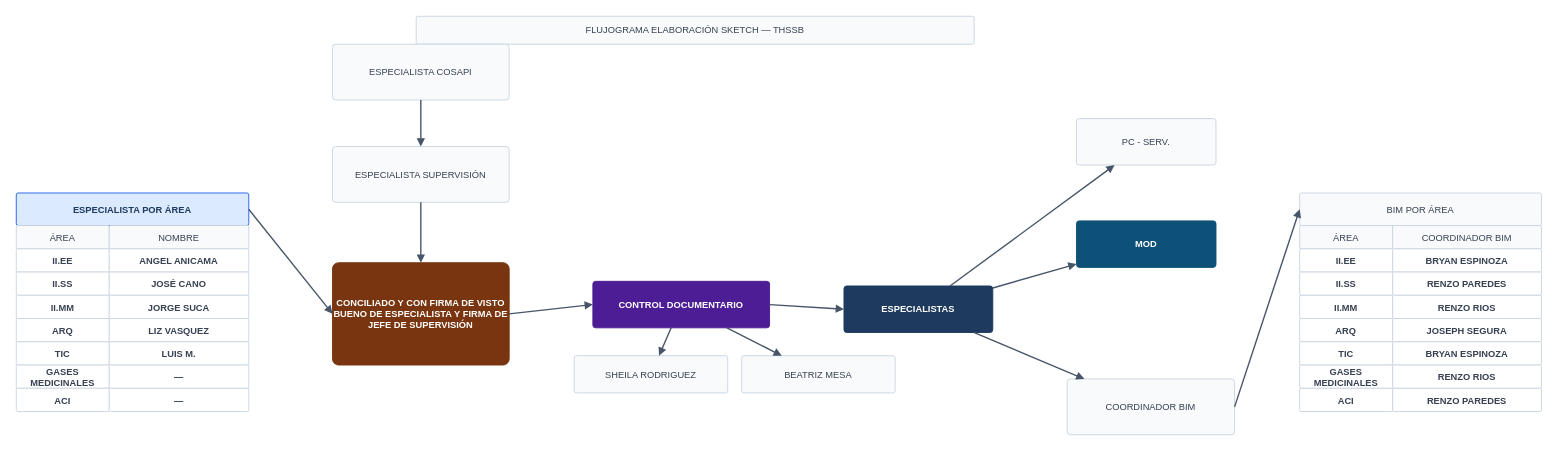
This is flujogramas_v2/FS_Llata_02.drawio from ehchavezm-hub/15-otazangaro, a draw.io file, before an edit. Source tidied: cells renumbered, new cells numbered last; positions are measured from the earlier drawing's top-left corner, leaving out a move shared by most shapes. Both pictures are drawn from the tidied source at 93%, with x=0, y=0 at pixel (16, 16).
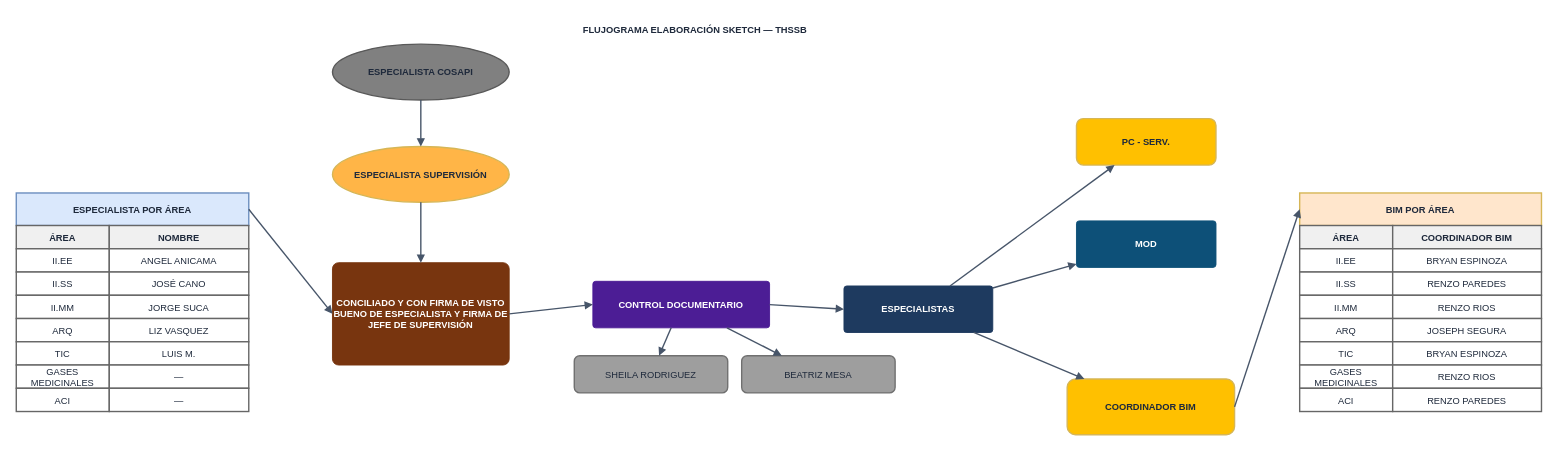
After the change.

Diff of the diagram source:
```diff
@@
-    <mxCell id="2" value="FLUJOGRAMA ELABORACIÓN SKETCH — THSSB" style="rounded=1;arcSize=6;whiteSpace=wrap;html=1;fontFamily=Helvetica;fontSize=10;fontStyle=0;fillColor=#F8FAFC;strokeColor=#CBD5E1;fontColor=#374151;" parent="1" vertex="1">
+    <mxCell id="2" value="FLUJOGRAMA ELABORACIÓN SKETCH — THSSB" style="text;html=1;strokeColor=none;fillColor=none;align=center;verticalAlign=middle;whiteSpace=wrap;rounded=0;fontSize=10;fontStyle=1;strokeWidth=1.5;fontFamily=Helvetica;fontColor=#1E293B;" parent="1" vertex="1">
       <mxGeometry x="430" width="600" height="30" as="geometry" />
     </mxCell>
-    <mxCell id="3" value="ESPECIALISTA POR ÁREA" style="rounded=1;arcSize=6;whiteSpace=wrap;html=1;fontFamily=Helvetica;fontSize=10;fontStyle=1;fillColor=#DBEAFE;strokeColor=#2563EB;fontColor=#1E3A5F;" parent="1" vertex="1">
+    <mxCell id="3" value="ESPECIALISTA POR ÁREA" style="rounded=0;whiteSpace=wrap;html=1;fillColor=#dae8fc;strokeColor=#6c8ebf;fontStyle=1;fontSize=10;align=center;strokeWidth=1.5;fontFamily=Helvetica;fontColor=#1E293B;" parent="1" vertex="1">
       <mxGeometry y="190" width="250" height="35" as="geometry" />
     </mxCell>
-    <mxCell id="4" value="ÁREA" style="rounded=1;arcSize=6;whiteSpace=wrap;html=1;fontFamily=Helvetica;fontSize=10;fontStyle=0;fillColor=#F8FAFC;strokeColor=#CBD5E1;fontColor=#374151;" parent="1" vertex="1">
+    <mxCell id="4" value="ÁREA" style="rounded=0;whiteSpace=wrap;html=1;fillColor=#f0f0f0;strokeColor=#666666;fontColor=#1E293B;fontSize=10;fontStyle=1;strokeWidth=1.5;fontFamily=Helvetica;" parent="1" vertex="1">
       <mxGeometry y="225" width="100" height="25" as="geometry" />
     </mxCell>
-    <mxCell id="5" value="NOMBRE" style="rounded=1;arcSize=6;whiteSpace=wrap;html=1;fontFamily=Helvetica;fontSize=10;fontStyle=0;fillColor=#F8FAFC;strokeColor=#CBD5E1;fontColor=#374151;" parent="1" vertex="1">
+    <mxCell id="5" value="NOMBRE" style="rounded=0;whiteSpace=wrap;html=1;fillColor=#f0f0f0;strokeColor=#666666;fontColor=#1E293B;fontSize=10;fontStyle=1;strokeWidth=1.5;fontFamily=Helvetica;" parent="1" vertex="1">
       <mxGeometry x="100" y="225" width="150" height="25" as="geometry" />
     </mxCell>
-    <mxCell id="6" value="II.EE" style="rounded=1;arcSize=6;whiteSpace=wrap;html=1;fontFamily=Helvetica;fontSize=10;fontStyle=1;fillColor=#FFFFFF;strokeColor=#CBD5E1;fontColor=#374151;" parent="1" vertex="1">
+    <mxCell id="6" value="II.EE" style="rounded=0;whiteSpace=wrap;html=1;fillColor=#ffffff;strokeColor=#666666;fontColor=#1E293B;fontSize=10;strokeWidth=1.5;fontFamily=Helvetica;" parent="1" vertex="1">
       <mxGeometry y="250" width="100" height="25" as="geometry" />
     </mxCell>
-    <mxCell id="7" value="ANGEL ANICAMA" style="rounded=1;arcSize=6;whiteSpace=wrap;html=1;fontFamily=Helvetica;fontSize=10;fontStyle=1;fillColor=#FFFFFF;strokeColor=#CBD5E1;fontColor=#374151;" parent="1" vertex="1">
+    <mxCell id="7" value="ANGEL ANICAMA" style="rounded=0;whiteSpace=wrap;html=1;fillColor=#ffffff;strokeColor=#666666;fontColor=#1E293B;fontSize=10;strokeWidth=1.5;fontFamily=Helvetica;" parent="1" vertex="1">
       <mxGeometry x="100" y="250" width="150" height="25" as="geometry" />
     </mxCell>
-    <mxCell id="8" value="II.SS" style="rounded=1;arcSize=6;whiteSpace=wrap;html=1;fontFamily=Helvetica;fontSize=10;fontStyle=1;fillColor=#FFFFFF;strokeColor=#CBD5E1;fontColor=#374151;" parent="1" vertex="1">
+    <mxCell id="8" value="II.SS" style="rounded=0;whiteSpace=wrap;html=1;fillColor=#ffffff;strokeColor=#666666;fontColor=#1E293B;fontSize=10;strokeWidth=1.5;fontFamily=Helvetica;" parent="1" vertex="1">
       <mxGeometry y="275" width="100" height="25" as="geometry" />
     </mxCell>
-    <mxCell id="9" value="JOSÉ CANO" style="rounded=1;arcSize=6;whiteSpace=wrap;html=1;fontFamily=Helvetica;fontSize=10;fontStyle=1;fillColor=#FFFFFF;strokeColor=#CBD5E1;fontColor=#374151;" parent="1" vertex="1">
+    <mxCell id="9" value="JOSÉ CANO" style="rounded=0;whiteSpace=wrap;html=1;fillColor=#ffffff;strokeColor=#666666;fontColor=#1E293B;fontSize=10;strokeWidth=1.5;fontFamily=Helvetica;" parent="1" vertex="1">
       <mxGeometry x="100" y="275" width="150" height="25" as="geometry" />
     </mxCell>
-    <mxCell id="10" value="II.MM" style="rounded=1;arcSize=6;whiteSpace=wrap;html=1;fontFamily=Helvetica;fontSize=10;fontStyle=1;fillColor=#FFFFFF;strokeColor=#CBD5E1;fontColor=#374151;" parent="1" vertex="1">
+    <mxCell id="10" value="II.MM" style="rounded=0;whiteSpace=wrap;html=1;fillColor=#ffffff;strokeColor=#666666;fontColor=#1E293B;fontSize=10;strokeWidth=1.5;fontFamily=Helvetica;" parent="1" vertex="1">
       <mxGeometry y="300" width="100" height="25" as="geometry" />
     </mxCell>
-    <mxCell id="11" value="JORGE SUCA" style="rounded=1;arcSize=6;whiteSpace=wrap;html=1;fontFamily=Helvetica;fontSize=10;fontStyle=1;fillColor=#FFFFFF;strokeColor=#CBD5E1;fontColor=#374151;" parent="1" vertex="1">
+    <mxCell id="11" value="JORGE SUCA" style="rounded=0;whiteSpace=wrap;html=1;fillColor=#ffffff;strokeColor=#666666;fontColor=#1E293B;fontSize=10;strokeWidth=1.5;fontFamily=Helvetica;" parent="1" vertex="1">
       <mxGeometry x="100" y="300" width="150" height="25" as="geometry" />
     </mxCell>
-    <mxCell id="12" value="ARQ" style="rounded=1;arcSize=6;whiteSpace=wrap;html=1;fontFamily=Helvetica;fontSize=10;fontStyle=1;fillColor=#FFFFFF;strokeColor=#CBD5E1;fontColor=#374151;" parent="1" vertex="1">
+    <mxCell id="12" value="ARQ" style="rounded=0;whiteSpace=wrap;html=1;fillColor=#ffffff;strokeColor=#666666;fontColor=#1E293B;fontSize=10;strokeWidth=1.5;fontFamily=Helvetica;" parent="1" vertex="1">
       <mxGeometry y="325" width="100" height="25" as="geometry" />
     </mxCell>
-    <mxCell id="13" value="LIZ VASQUEZ" style="rounded=1;arcSize=6;whiteSpace=wrap;html=1;fontFamily=Helvetica;fontSize=10;fontStyle=1;fillColor=#FFFFFF;strokeColor=#CBD5E1;fontColor=#374151;" parent="1" vertex="1">
+    <mxCell id="13" value="LIZ VASQUEZ" style="rounded=0;whiteSpace=wrap;html=1;fillColor=#ffffff;strokeColor=#666666;fontColor=#1E293B;fontSize=10;strokeWidth=1.5;fontFamily=Helvetica;" parent="1" vertex="1">
       <mxGeometry x="100" y="325" width="150" height="25" as="geometry" />
     </mxCell>
-    <mxCell id="14" value="TIC" style="rounded=1;arcSize=6;whiteSpace=wrap;html=1;fontFamily=Helvetica;fontSize=10;fontStyle=1;fillColor=#FFFFFF;strokeColor=#CBD5E1;fontColor=#374151;" parent="1" vertex="1">
+    <mxCell id="14" value="TIC" style="rounded=0;whiteSpace=wrap;html=1;fillColor=#ffffff;strokeColor=#666666;fontColor=#1E293B;fontSize=10;strokeWidth=1.5;fontFamily=Helvetica;" parent="1" vertex="1">
       <mxGeometry y="350" width="100" height="25" as="geometry" />
     </mxCell>
-    <mxCell id="15" value="LUIS M." style="rounded=1;arcSize=6;whiteSpace=wrap;html=1;fontFamily=Helvetica;fontSize=10;fontStyle=1;fillColor=#FFFFFF;strokeColor=#CBD5E1;fontColor=#374151;" parent="1" vertex="1">
+    <mxCell id="15" value="LUIS M." style="rounded=0;whiteSpace=wrap;html=1;fillColor=#ffffff;strokeColor=#666666;fontColor=#1E293B;fontSize=10;strokeWidth=1.5;fontFamily=Helvetica;" parent="1" vertex="1">
       <mxGeometry x="100" y="350" width="150" height="25" as="geometry" />
     </mxCell>
-    <mxCell id="16" value="GASES MEDICINALES" style="rounded=1;arcSize=6;whiteSpace=wrap;html=1;fontFamily=Helvetica;fontSize=10;fontStyle=1;fillColor=#FFFFFF;strokeColor=#CBD5E1;fontColor=#374151;" parent="1" vertex="1">
+    <mxCell id="16" value="GASES MEDICINALES" style="rounded=0;whiteSpace=wrap;html=1;fillColor=#ffffff;strokeColor=#666666;fontColor=#1E293B;fontSize=10;strokeWidth=1.5;fontFamily=Helvetica;" parent="1" vertex="1">
       <mxGeometry y="375" width="100" height="25" as="geometry" />
     </mxCell>
-    <mxCell id="17" value="—" style="rounded=1;arcSize=6;whiteSpace=wrap;html=1;fontFamily=Helvetica;fontSize=10;fontStyle=1;fillColor=#FFFFFF;strokeColor=#CBD5E1;fontColor=#374151;" parent="1" vertex="1">
+    <mxCell id="17" value="—" style="rounded=0;whiteSpace=wrap;html=1;fillColor=#ffffff;strokeColor=#666666;fontColor=#1E293B;fontSize=10;strokeWidth=1.5;fontFamily=Helvetica;" parent="1" vertex="1">
       <mxGeometry x="100" y="375" width="150" height="25" as="geometry" />
     </mxCell>
-    <mxCell id="18" value="ACI" style="rounded=1;arcSize=6;whiteSpace=wrap;html=1;fontFamily=Helvetica;fontSize=10;fontStyle=1;fillColor=#FFFFFF;strokeColor=#CBD5E1;fontColor=#374151;" parent="1" vertex="1">
+    <mxCell id="18" value="ACI" style="rounded=0;whiteSpace=wrap;html=1;fillColor=#ffffff;strokeColor=#666666;fontColor=#1E293B;fontSize=10;strokeWidth=1.5;fontFamily=Helvetica;" parent="1" vertex="1">
       <mxGeometry y="400" width="100" height="25" as="geometry" />
     </mxCell>
-    <mxCell id="19" value="—" style="rounded=1;arcSize=6;whiteSpace=wrap;html=1;fontFamily=Helvetica;fontSize=10;fontStyle=1;fillColor=#FFFFFF;strokeColor=#CBD5E1;fontColor=#374151;" parent="1" vertex="1">
+    <mxCell id="19" value="—" style="rounded=0;whiteSpace=wrap;html=1;fillColor=#ffffff;strokeColor=#666666;fontColor=#1E293B;fontSize=10;strokeWidth=1.5;fontFamily=Helvetica;" parent="1" vertex="1">
       <mxGeometry x="100" y="400" width="150" height="25" as="geometry" />
     </mxCell>
-    <mxCell id="20" value="ESPECIALISTA COSAPI" style="rounded=1;arcSize=6;whiteSpace=wrap;html=1;fontFamily=Helvetica;fontSize=10;fontStyle=0;fillColor=#F8FAFC;strokeColor=#CBD5E1;fontColor=#374151;" parent="1" vertex="1">
+    <mxCell id="20" value="ESPECIALISTA COSAPI" style="ellipse;whiteSpace=wrap;html=1;fillColor=#808080;strokeColor=#595959;fontColor=#1E293B;fontSize=10;fontStyle=1;strokeWidth=1.5;fontFamily=Helvetica;" parent="1" vertex="1">
       <mxGeometry x="340" y="30" width="190" height="60" as="geometry" />
     </mxCell>
-    <mxCell id="21" value="ESPECIALISTA SUPERVISIÓN" style="rounded=1;arcSize=6;whiteSpace=wrap;html=1;fontFamily=Helvetica;fontSize=10;fontStyle=0;fillColor=#F8FAFC;strokeColor=#CBD5E1;fontColor=#374151;" parent="1" vertex="1">
+    <mxCell id="21" value="ESPECIALISTA SUPERVISIÓN" style="ellipse;whiteSpace=wrap;html=1;fillColor=#FFB547;strokeColor=#d6b656;fontColor=#1E293B;fontSize=10;fontStyle=1;strokeWidth=1.5;fontFamily=Helvetica;" parent="1" vertex="1">
       <mxGeometry x="340" y="140" width="190" height="60" as="geometry" />
     </mxCell>
@@
-    <mxCell id="24" value="SHEILA RODRIGUEZ" style="rounded=1;arcSize=6;whiteSpace=wrap;html=1;fontFamily=Helvetica;fontSize=10;fontStyle=0;fillColor=#F8FAFC;strokeColor=#CBD5E1;fontColor=#374151;" parent="1" vertex="1">
+    <mxCell id="24" value="SHEILA RODRIGUEZ" style="rounded=1;whiteSpace=wrap;html=1;fillColor=#9E9E9E;strokeColor=#707070;fontColor=#1E293B;fontSize=10;strokeWidth=1.5;fontFamily=Helvetica;" parent="1" vertex="1">
       <mxGeometry x="600" y="365" width="165" height="40" as="geometry" />
     </mxCell>
-    <mxCell id="25" value="BEATRIZ MESA" style="rounded=1;arcSize=6;whiteSpace=wrap;html=1;fontFamily=Helvetica;fontSize=10;fontStyle=0;fillColor=#F8FAFC;strokeColor=#CBD5E1;fontColor=#374151;" parent="1" vertex="1">
+    <mxCell id="25" value="BEATRIZ MESA" style="rounded=1;whiteSpace=wrap;html=1;fillColor=#9E9E9E;strokeColor=#707070;fontColor=#1E293B;fontSize=10;strokeWidth=1.5;fontFamily=Helvetica;" parent="1" vertex="1">
       <mxGeometry x="780" y="365" width="165" height="40" as="geometry" />
     </mxCell>
@@
-    <mxCell id="27" value="PC - SERV." style="rounded=1;arcSize=6;whiteSpace=wrap;html=1;fontFamily=Helvetica;fontSize=10;fontStyle=0;fillColor=#F8FAFC;strokeColor=#CBD5E1;fontColor=#374151;" parent="1" vertex="1">
+    <mxCell id="27" value="PC - SERV." style="rounded=1;whiteSpace=wrap;html=1;fillColor=#FFC000;strokeColor=#d6b656;fontColor=#1E293B;fontSize=10;fontStyle=1;strokeWidth=1.5;fontFamily=Helvetica;" parent="1" vertex="1">
       <mxGeometry x="1140" y="110" width="150" height="50" as="geometry" />
     </mxCell>
@@
-    <mxCell id="29" value="COORDINADOR BIM" style="rounded=1;arcSize=6;whiteSpace=wrap;html=1;fontFamily=Helvetica;fontSize=10;fontStyle=0;fillColor=#F8FAFC;strokeColor=#CBD5E1;fontColor=#374151;" parent="1" vertex="1">
+    <mxCell id="29" value="COORDINADOR BIM" style="rounded=1;whiteSpace=wrap;html=1;fillColor=#FFC000;strokeColor=#d6b656;fontColor=#1E293B;fontSize=10;fontStyle=1;strokeWidth=1.5;fontFamily=Helvetica;" parent="1" vertex="1">
       <mxGeometry x="1130" y="390" width="180" height="60" as="geometry" />
     </mxCell>
-    <mxCell id="30" value="BIM POR ÁREA" style="rounded=1;arcSize=6;whiteSpace=wrap;html=1;fontFamily=Helvetica;fontSize=10;fontStyle=0;fillColor=#F8FAFC;strokeColor=#CBD5E1;fontColor=#374151;" parent="1" vertex="1">
+    <mxCell id="30" value="BIM POR ÁREA" style="rounded=0;whiteSpace=wrap;html=1;fillColor=#ffe6cc;strokeColor=#d6b656;fontStyle=1;fontSize=10;align=center;strokeWidth=1.5;fontFamily=Helvetica;fontColor=#1E293B;" parent="1" vertex="1">
       <mxGeometry x="1380" y="190" width="260" height="35" as="geometry" />
     </mxCell>
-    <mxCell id="31" value="ÁREA" style="rounded=1;arcSize=6;whiteSpace=wrap;html=1;fontFamily=Helvetica;fontSize=10;fontStyle=0;fillColor=#F8FAFC;strokeColor=#CBD5E1;fontColor=#374151;" parent="1" vertex="1">
+    <mxCell id="31" value="ÁREA" style="rounded=0;whiteSpace=wrap;html=1;fillColor=#f0f0f0;strokeColor=#666666;fontColor=#1E293B;fontSize=10;fontStyle=1;strokeWidth=1.5;fontFamily=Helvetica;" parent="1" vertex="1">
       <mxGeometry x="1380" y="225" width="100" height="25" as="geometry" />
     </mxCell>
-    <mxCell id="32" value="COORDINADOR BIM" style="rounded=1;arcSize=6;whiteSpace=wrap;html=1;fontFamily=Helvetica;fontSize=10;fontStyle=0;fillColor=#F8FAFC;strokeColor=#CBD5E1;fontColor=#374151;" parent="1" vertex="1">
+    <mxCell id="32" value="COORDINADOR BIM" style="rounded=0;whiteSpace=wrap;html=1;fillColor=#f0f0f0;strokeColor=#666666;fontColor=#1E293B;fontSize=10;fontStyle=1;strokeWidth=1.5;fontFamily=Helvetica;" parent="1" vertex="1">
       <mxGeometry x="1480" y="225" width="160" height="25" as="geometry" />
     </mxCell>
-    <mxCell id="33" value="II.EE" style="rounded=1;arcSize=6;whiteSpace=wrap;html=1;fontFamily=Helvetica;fontSize=10;fontStyle=1;fillColor=#FFFFFF;strokeColor=#CBD5E1;fontColor=#374151;" parent="1" vertex="1">
+    <mxCell id="33" value="II.EE" style="rounded=0;whiteSpace=wrap;html=1;fillColor=#ffffff;strokeColor=#666666;fontColor=#1E293B;fontSize=10;strokeWidth=1.5;fontFamily=Helvetica;" parent="1" vertex="1">
       <mxGeometry x="1380" y="250" width="100" height="25" as="geometry" />
     </mxCell>
-    <mxCell id="34" value="BRYAN ESPINOZA" style="rounded=1;arcSize=6;whiteSpace=wrap;html=1;fontFamily=Helvetica;fontSize=10;fontStyle=1;fillColor=#FFFFFF;strokeColor=#CBD5E1;fontColor=#374151;" parent="1" vertex="1">
+    <mxCell id="34" value="BRYAN ESPINOZA" style="rounded=0;whiteSpace=wrap;html=1;fillColor=#ffffff;strokeColor=#666666;fontColor=#1E293B;fontSize=10;strokeWidth=1.5;fontFamily=Helvetica;" parent="1" vertex="1">
       <mxGeometry x="1480" y="250" width="160" height="25" as="geometry" />
     </mxCell>
-    <mxCell id="35" value="II.SS" style="rounded=1;arcSize=6;whiteSpace=wrap;html=1;fontFamily=Helvetica;fontSize=10;fontStyle=1;fillColor=#FFFFFF;strokeColor=#CBD5E1;fontColor=#374151;" parent="1" vertex="1">
+    <mxCell id="35" value="II.SS" style="rounded=0;whiteSpace=wrap;html=1;fillColor=#ffffff;strokeColor=#666666;fontColor=#1E293B;fontSize=10;strokeWidth=1.5;fontFamily=Helvetica;" parent="1" vertex="1">
       <mxGeometry x="1380" y="275" width="100" height="25" as="geometry" />
     </mxCell>
-    <mxCell id="36" value="RENZO PAREDES" style="rounded=1;arcSize=6;whiteSpace=wrap;html=1;fontFamily=Helvetica;fontSize=10;fontStyle=1;fillColor=#FFFFFF;strokeColor=#CBD5E1;fontColor=#374151;" parent="1" vertex="1">
+    <mxCell id="36" value="RENZO PAREDES" style="rounded=0;whiteSpace=wrap;html=1;fillColor=#ffffff;strokeColor=#666666;fontColor=#1E293B;fontSize=10;strokeWidth=1.5;fontFamily=Helvetica;" parent="1" vertex="1">
       <mxGeometry x="1480" y="275" width="160" height="25" as="geometry" />
     </mxCell>
-    <mxCell id="37" value="II.MM" style="rounded=1;arcSize=6;whiteSpace=wrap;html=1;fontFamily=Helvetica;fontSize=10;fontStyle=1;fillColor=#FFFFFF;strokeColor=#CBD5E1;fontColor=#374151;" parent="1" vertex="1">
+    <mxCell id="37" value="II.MM" style="rounded=0;whiteSpace=wrap;html=1;fillColor=#ffffff;strokeColor=#666666;fontColor=#1E293B;fontSize=10;strokeWidth=1.5;fontFamily=Helvetica;" parent="1" vertex="1">
       <mxGeometry x="1380" y="300" width="100" height="25" as="geometry" />
     </mxCell>
-    <mxCell id="38" value="RENZO RIOS" style="rounded=1;arcSize=6;whiteSpace=wrap;html=1;fontFamily=Helvetica;fontSize=10;fontStyle=1;fillColor=#FFFFFF;strokeColor=#CBD5E1;fontColor=#374151;" parent="1" vertex="1">
+    <mxCell id="38" value="RENZO RIOS" style="rounded=0;whiteSpace=wrap;html=1;fillColor=#ffffff;strokeColor=#666666;fontColor=#1E293B;fontSize=10;strokeWidth=1.5;fontFamily=Helvetica;" parent="1" vertex="1">
       <mxGeometry x="1480" y="300" width="160" height="25" as="geometry" />
     </mxCell>
-    <mxCell id="39" value="ARQ" style="rounded=1;arcSize=6;whiteSpace=wrap;html=1;fontFamily=Helvetica;fontSize=10;fontStyle=1;fillColor=#FFFFFF;strokeColor=#CBD5E1;fontColor=#374151;" parent="1" vertex="1">
+    <mxCell id="39" value="ARQ" style="rounded=0;whiteSpace=wrap;html=1;fillColor=#ffffff;strokeColor=#666666;fontColor=#1E293B;fontSize=10;strokeWidth=1.5;fontFamily=Helvetica;" parent="1" vertex="1">
       <mxGeometry x="1380" y="325" width="100" height="25" as="geometry" />
     </mxCell>
-    <mxCell id="40" value="JOSEPH SEGURA" style="rounded=1;arcSize=6;whiteSpace=wrap;html=1;fontFamily=Helvetica;fontSize=10;fontStyle=1;fillColor=#FFFFFF;strokeColor=#CBD5E1;fontColor=#374151;" parent="1" vertex="1">
+    <mxCell id="40" value="JOSEPH SEGURA" style="rounded=0;whiteSpace=wrap;html=1;fillColor=#ffffff;strokeColor=#666666;fontColor=#1E293B;fontSize=10;strokeWidth=1.5;fontFamily=Helvetica;" parent="1" vertex="1">
       <mxGeometry x="1480" y="325" width="160" height="25" as="geometry" />
     </mxCell>
-    <mxCell id="41" value="TIC" style="rounded=1;arcSize=6;whiteSpace=wrap;html=1;fontFamily=Helvetica;fontSize=10;fontStyle=1;fillColor=#FFFFFF;strokeColor=#CBD5E1;fontColor=#374151;" parent="1" vertex="1">
+    <mxCell id="41" value="TIC" style="rounded=0;whiteSpace=wrap;html=1;fillColor=#ffffff;strokeColor=#666666;fontColor=#1E293B;fontSize=10;strokeWidth=1.5;fontFamily=Helvetica;" parent="1" vertex="1">
       <mxGeometry x="1380" y="350" width="100" height="25" as="geometry" />
     </mxCell>
-    <mxCell id="42" value="BRYAN ESPINOZA" style="rounded=1;arcSize=6;whiteSpace=wrap;html=1;fontFamily=Helvetica;fontSize=10;fontStyle=1;fillColor=#FFFFFF;strokeColor=#CBD5E1;fontColor=#374151;" parent="1" vertex="1">
+    <mxCell id="42" value="BRYAN ESPINOZA" style="rounded=0;whiteSpace=wrap;html=1;fillColor=#ffffff;strokeColor=#666666;fontColor=#1E293B;fontSize=10;strokeWidth=1.5;fontFamily=Helvetica;" parent="1" vertex="1">
       <mxGeometry x="1480" y="350" width="160" height="25" as="geometry" />
     </mxCell>
-    <mxCell id="43" value="GASES MEDICINALES" style="rounded=1;arcSize=6;whiteSpace=wrap;html=1;fontFamily=Helvetica;fontSize=10;fontStyle=1;fillColor=#FFFFFF;strokeColor=#CBD5E1;fontColor=#374151;" parent="1" vertex="1">
+    <mxCell id="43" value="GASES MEDICINALES" style="rounded=0;whiteSpace=wrap;html=1;fillColor=#ffffff;strokeColor=#666666;fontColor=#1E293B;fontSize=10;strokeWidth=1.5;fontFamily=Helvetica;" parent="1" vertex="1">
       <mxGeometry x="1380" y="375" width="100" height="25" as="geometry" />
     </mxCell>
-    <mxCell id="44" value="RENZO RIOS" style="rounded=1;arcSize=6;whiteSpace=wrap;html=1;fontFamily=Helvetica;fontSize=10;fontStyle=1;fillColor=#FFFFFF;strokeColor=#CBD5E1;fontColor=#374151;" parent="1" vertex="1">
+    <mxCell id="44" value="RENZO RIOS" style="rounded=0;whiteSpace=wrap;html=1;fillColor=#ffffff;strokeColor=#666666;fontColor=#1E293B;fontSize=10;strokeWidth=1.5;fontFamily=Helvetica;" parent="1" vertex="1">
       <mxGeometry x="1480" y="375" width="160" height="25" as="geometry" />
     </mxCell>
-    <mxCell id="45" value="ACI" style="rounded=1;arcSize=6;whiteSpace=wrap;html=1;fontFamily=Helvetica;fontSize=10;fontStyle=1;fillColor=#FFFFFF;strokeColor=#CBD5E1;fontColor=#374151;" parent="1" vertex="1">
+    <mxCell id="45" value="ACI" style="rounded=0;whiteSpace=wrap;html=1;fillColor=#ffffff;strokeColor=#666666;fontColor=#1E293B;fontSize=10;strokeWidth=1.5;fontFamily=Helvetica;" parent="1" vertex="1">
       <mxGeometry x="1380" y="400" width="100" height="25" as="geometry" />
     </mxCell>
-    <mxCell id="46" value="RENZO PAREDES" style="rounded=1;arcSize=6;whiteSpace=wrap;html=1;fontFamily=Helvetica;fontSize=10;fontStyle=1;fillColor=#FFFFFF;strokeColor=#CBD5E1;fontColor=#374151;" parent="1" vertex="1">
+    <mxCell id="46" value="RENZO PAREDES" style="rounded=0;whiteSpace=wrap;html=1;fillColor=#ffffff;strokeColor=#666666;fontColor=#1E293B;fontSize=10;strokeWidth=1.5;fontFamily=Helvetica;" parent="1" vertex="1">
       <mxGeometry x="1480" y="400" width="160" height="25" as="geometry" />
     </mxCell>
```
